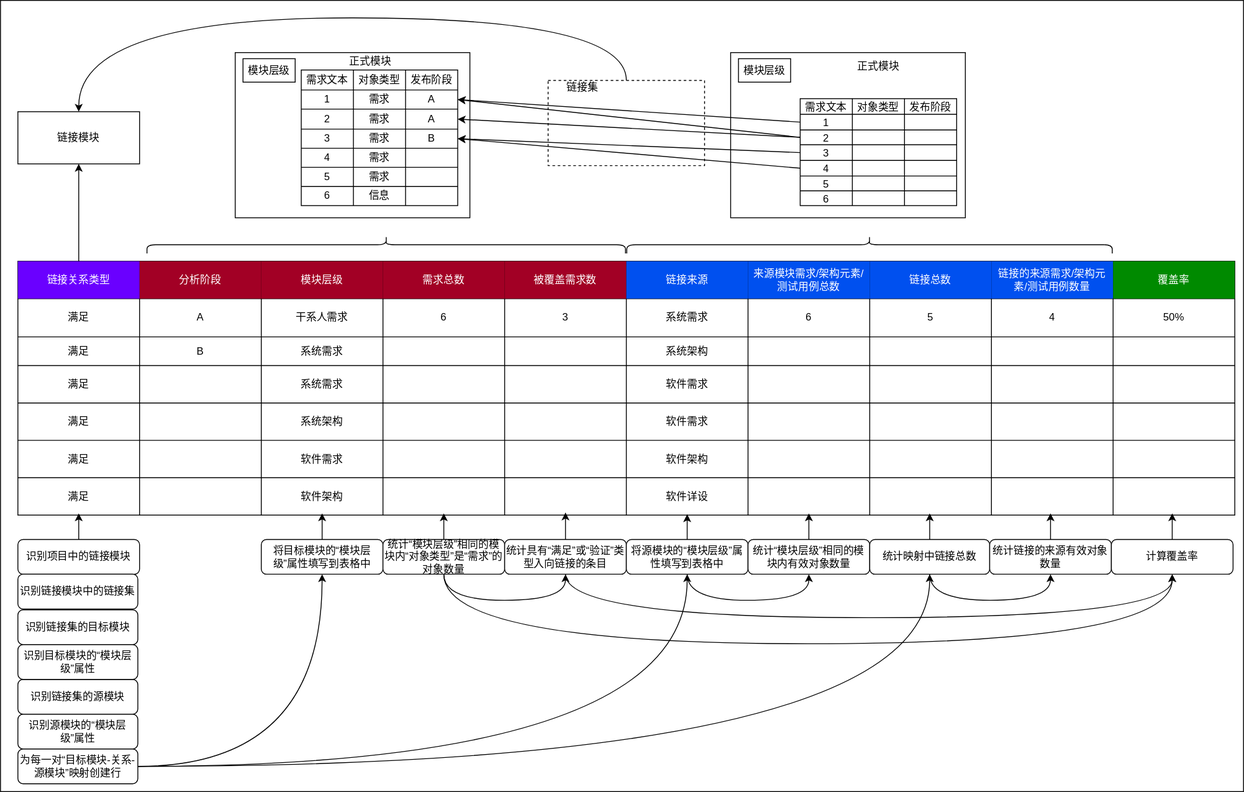
Above: 概念设计图.drawio.svg in Zeyue/DXL-Coverage (draw.io), before the change. Source tidied: cells renumbered, new cells last; positions are measured from the earlier drawing's top-left corner, leaving out a move shared by most shapes.
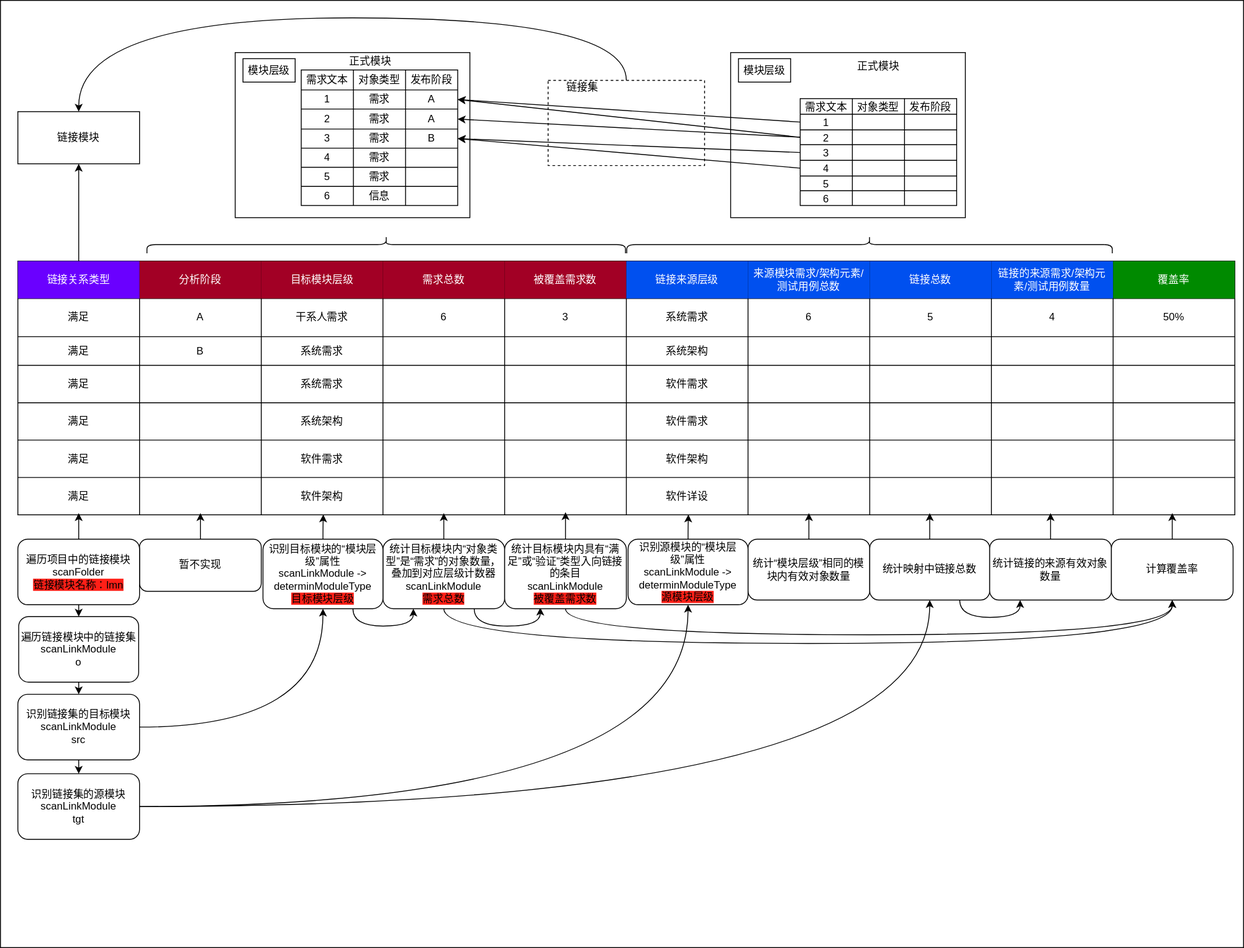
After the commit.

What changed in the source:
```diff
@@ -3,7 +3,7 @@
     <mxCell id="0" />
     <mxCell id="1" parent="0" />
     <mxCell id="2" style="rounded=0;whiteSpace=wrap;html=1;" parent="1" vertex="1">
-      <mxGeometry width="1430" height="910" as="geometry" />
+      <mxGeometry width="1430" height="1090" as="geometry" />
     </mxCell>
     <mxCell id="3" style="rounded=0;whiteSpace=wrap;html=1;fillColor=none;" parent="1" vertex="1">
       <mxGeometry x="840" y="60" width="270" height="190" as="geometry" />
@@ -20,7 +20,7 @@
     <mxCell id="7" value="分析阶段" style="shape=partialRectangle;html=1;whiteSpace=wrap;top=0;left=0;bottom=0;right=0;overflow=hidden;fillColor=#a20025;strokeColor=#6F0000;fontColor=#ffffff;" parent="5" vertex="1">
       <mxGeometry x="140" width="140" height="43" as="geometry" />
     </mxCell>
-    <mxCell id="8" value="模块层级" style="shape=partialRectangle;html=1;whiteSpace=wrap;fillColor=#a20025;top=0;left=0;bottom=0;right=0;overflow=hidden;strokeColor=#6F0000;fontColor=#ffffff;" parent="5" vertex="1">
+    <mxCell id="8" value="目标模块层级" style="shape=partialRectangle;html=1;whiteSpace=wrap;fillColor=#a20025;top=0;left=0;bottom=0;right=0;overflow=hidden;strokeColor=#6F0000;fontColor=#ffffff;" parent="5" vertex="1">
       <mxGeometry x="280" width="140" height="43" as="geometry" />
     </mxCell>
     <mxCell id="9" value="需求总数" style="shape=partialRectangle;html=1;whiteSpace=wrap;fillColor=#a20025;top=0;left=0;bottom=0;right=0;overflow=hidden;strokeColor=#6F0000;fontColor=#ffffff;" parent="5" vertex="1">
@@ -29,7 +29,7 @@
     <mxCell id="10" value="被覆盖需求数" style="shape=partialRectangle;html=1;whiteSpace=wrap;fillColor=#a20025;top=0;left=0;bottom=0;right=0;overflow=hidden;strokeColor=#6F0000;fontColor=#ffffff;" parent="5" vertex="1">
       <mxGeometry x="560" width="140" height="43" as="geometry" />
     </mxCell>
-    <mxCell id="11" value="&lt;span&gt;链接来源&lt;/span&gt;" style="shape=partialRectangle;html=1;whiteSpace=wrap;fillColor=#0050ef;top=0;left=0;bottom=0;right=0;overflow=hidden;strokeColor=#001DBC;fontColor=#ffffff;" parent="5" vertex="1">
+    <mxCell id="11" value="&lt;span&gt;链接来源层级&lt;/span&gt;" style="shape=partialRectangle;html=1;whiteSpace=wrap;fillColor=#0050ef;top=0;left=0;bottom=0;right=0;overflow=hidden;strokeColor=#001DBC;fontColor=#ffffff;" parent="5" vertex="1">
       <mxGeometry x="700" width="140" height="43" as="geometry" />
     </mxCell>
     <mxCell id="12" value="来源模块需求/架构元素/测试用例总数" style="shape=partialRectangle;html=1;whiteSpace=wrap;fillColor=#0050ef;top=0;left=0;bottom=0;right=0;overflow=hidden;strokeColor=#001DBC;fontColor=#ffffff;" parent="5" vertex="1">
@@ -433,26 +433,6 @@
         <mxPoint x="90" y="590" as="targetPoint" />
       </mxGeometry>
     </mxCell>
-    <mxCell id="145" value="识别项目中的链接模块" style="shape=rect;html=1;rounded=1;whiteSpace=wrap;align=center;" parent="1" vertex="1">
-      <mxGeometry x="20" y="620" width="140" height="40" as="geometry" />
-    </mxCell>
-    <mxCell id="146" value="识别链接模块中的链接集" style="shape=rect;html=1;rounded=1;whiteSpace=wrap;align=center;" parent="1" vertex="1">
-      <mxGeometry x="20" y="660" width="138" height="40" as="geometry" />
-    </mxCell>
-    <mxCell id="147" value="识别链接集的源模块" style="shape=rect;html=1;rounded=1;whiteSpace=wrap;align=center;" parent="1" vertex="1">
-      <mxGeometry x="20" y="781" width="138" height="40" as="geometry" />
-    </mxCell>
-    <mxCell id="148" style="edgeStyle=none;html=1;exitX=0.5;exitY=0;exitDx=0;exitDy=0;" parent="1" edge="1" source="149">
-      <mxGeometry relative="1" as="geometry">
-        <mxPoint x="370" y="590" as="targetPoint" />
-      </mxGeometry>
-    </mxCell>
-    <mxCell id="149" value="将目标模块的“模块层级”属性填写到表格中" style="shape=rect;html=1;rounded=1;whiteSpace=wrap;align=center;" parent="1" vertex="1">
-      <mxGeometry x="300" y="620" width="140" height="40" as="geometry" />
-    </mxCell>
-    <mxCell id="150" value="识别链接集的目标模块" style="shape=rect;html=1;rounded=1;whiteSpace=wrap;align=center;" parent="1" vertex="1">
-      <mxGeometry x="20" y="701" width="138" height="40" as="geometry" />
-    </mxCell>
     <mxCell id="151" style="shape=curlyBracket;whiteSpace=wrap;html=1;rounded=1;flipH=1;rotation=-90;size=0.5;" parent="1" vertex="1">
       <mxGeometry x="433.8" y="5.8" width="20" height="550.5" as="geometry" />
     </mxCell>
@@ -492,100 +472,71 @@
         <mxPoint x="510" y="590" as="targetPoint" />
       </mxGeometry>
     </mxCell>
+    <mxCell id="162" style="edgeStyle=orthogonalEdgeStyle;curved=1;html=1;exitX=0.5;exitY=1;exitDx=0;exitDy=0;entryX=0.5;entryY=1;entryDx=0;entryDy=0;" parent="1" edge="1" source="163" target="186">
+      <mxGeometry relative="1" as="geometry">
+        <Array as="points">
+          <mxPoint x="510" y="740" />
+          <mxPoint x="1348" y="740" />
+        </Array>
+      </mxGeometry>
+    </mxCell>
-    <mxCell id="161" style="edgeStyle=orthogonalEdgeStyle;curved=1;html=1;exitX=0.5;exitY=1;exitDx=0;exitDy=0;entryX=0.5;entryY=1;entryDx=0;entryDy=0;" parent="1" edge="1" source="163" target="167">
+    <mxCell id="161" style="edgeStyle=orthogonalEdgeStyle;curved=1;html=1;exitX=0.75;exitY=1;exitDx=0;exitDy=0;entryX=0.293;entryY=0.985;entryDx=0;entryDy=0;entryPerimeter=0;" parent="1" edge="1" source="163" target="167">
       <mxGeometry relative="1" as="geometry">
         <Array as="points">
-          <mxPoint x="510" y="690" />
-          <mxPoint x="650" y="690" />
+          <mxPoint x="545" y="720" />
+          <mxPoint x="621" y="720" />
         </Array>
       </mxGeometry>
     </mxCell>
-    <mxCell id="162" style="edgeStyle=orthogonalEdgeStyle;curved=1;html=1;exitX=0.5;exitY=1;exitDx=0;exitDy=0;entryX=0.5;entryY=1;entryDx=0;entryDy=0;" parent="1" edge="1" source="163" target="186">
-      <mxGeometry relative="1" as="geometry">
-        <Array as="points">
-          <mxPoint x="510" y="740" />
-          <mxPoint x="1348" y="740" />
-        </Array>
-      </mxGeometry>
-    </mxCell>
-    <mxCell id="163" value="统计“模块层级”相同的模块内“对象类型”是“需求”的对象数量" style="shape=rect;html=1;rounded=1;whiteSpace=wrap;align=center;" parent="1" vertex="1">
-      <mxGeometry x="440" y="620" width="140" height="40" as="geometry" />
+    <mxCell id="163" value="统计目标模块内“对象类型”是“需求”的对象数量，叠加到对应层级计数器&lt;br&gt;scanLinkModule&lt;br&gt;&lt;span style=&quot;background-color: rgb(255 , 31 , 23)&quot;&gt;需求总数&lt;/span&gt;" style="shape=rect;html=1;rounded=1;whiteSpace=wrap;align=center;" parent="1" vertex="1">
+      <mxGeometry x="440" y="620" width="140" height="80" as="geometry" />
     </mxCell>
-    <mxCell id="164" value="识别目标模块的“模块层级”属性" style="shape=rect;html=1;rounded=1;whiteSpace=wrap;align=center;" parent="1" vertex="1">
-      <mxGeometry x="20" y="741" width="138" height="40" as="geometry" />
-    </mxCell>
     <mxCell id="165" style="edgeStyle=none;html=1;exitX=0.5;exitY=0;exitDx=0;exitDy=0;entryX=0.45;entryY=0.93;entryDx=0;entryDy=0;entryPerimeter=0;" parent="1" edge="1" source="167" target="71">
       <mxGeometry relative="1" as="geometry" />
     </mxCell>
     <mxCell id="166" style="edgeStyle=orthogonalEdgeStyle;html=1;exitX=0.5;exitY=1;exitDx=0;exitDy=0;entryX=0.5;entryY=1;entryDx=0;entryDy=0;curved=1;" parent="1" edge="1" source="167" target="186">
       <mxGeometry relative="1" as="geometry">
         <Array as="points">
-          <mxPoint x="650" y="710" />
-          <mxPoint x="1348" y="710" />
+          <mxPoint x="650" y="730" />
+          <mxPoint x="1348" y="730" />
         </Array>
       </mxGeometry>
     </mxCell>
-    <mxCell id="167" value="统计具有“满足”或“验证”类型入向链接的条目" style="shape=rect;html=1;rounded=1;whiteSpace=wrap;align=center;" parent="1" vertex="1">
-      <mxGeometry x="580" y="620" width="140" height="40" as="geometry" />
+    <mxCell id="167" value="统计目标模块内具有“满足”或“验证”类型入向链接的条目&lt;br&gt;scanLinkModule&lt;br&gt;&lt;span style=&quot;background-color: rgb(255 , 31 , 23)&quot;&gt;被覆盖需求数&lt;/span&gt;" style="shape=rect;html=1;rounded=1;whiteSpace=wrap;align=center;" parent="1" vertex="1">
+      <mxGeometry x="580" y="620" width="140" height="80" as="geometry" />
     </mxCell>
-    <mxCell id="168" value="识别源模块的“模块层级”属性" style="shape=rect;html=1;rounded=1;whiteSpace=wrap;align=center;" parent="1" vertex="1">
-      <mxGeometry x="20" y="821" width="138" height="40" as="geometry" />
-    </mxCell>
     <mxCell id="169" value="模块层级" style="rounded=0;whiteSpace=wrap;html=1;fillColor=none;" parent="1" vertex="1">
       <mxGeometry x="279" y="67" width="60" height="27" as="geometry" />
     </mxCell>
     <mxCell id="170" value="模块层级" style="rounded=0;whiteSpace=wrap;html=1;fillColor=none;" parent="1" vertex="1">
       <mxGeometry x="849" y="67" width="60" height="27" as="geometry" />
     </mxCell>
-    <mxCell id="171" style="edgeStyle=orthogonalEdgeStyle;curved=1;html=1;exitX=1;exitY=0.5;exitDx=0;exitDy=0;" parent="1" edge="1" source="174" target="149">
-      <mxGeometry relative="1" as="geometry" />
-    </mxCell>
-    <mxCell id="172" style="edgeStyle=orthogonalEdgeStyle;curved=1;html=1;exitX=1;exitY=0.5;exitDx=0;exitDy=0;entryX=0.5;entryY=1;entryDx=0;entryDy=0;" parent="1" edge="1" source="174" target="177">
-      <mxGeometry relative="1" as="geometry" />
-    </mxCell>
-    <mxCell id="173" style="edgeStyle=orthogonalEdgeStyle;curved=1;html=1;exitX=1;exitY=0.5;exitDx=0;exitDy=0;entryX=0.5;entryY=1;entryDx=0;entryDy=0;" parent="1" edge="1" source="174" target="182">
+    <mxCell id="173" style="edgeStyle=orthogonalEdgeStyle;curved=1;html=1;exitX=1;exitY=0.5;exitDx=0;exitDy=0;entryX=0.5;entryY=1;entryDx=0;entryDy=0;" parent="1" edge="1" source="147" target="182">
       <mxGeometry relative="1" as="geometry" />
     </mxCell>
-    <mxCell id="174" value="为每一对“目标模块-关系-源模块”映射创建行" style="shape=rect;html=1;rounded=1;whiteSpace=wrap;align=center;" parent="1" vertex="1">
-      <mxGeometry x="20" y="861" width="138" height="40" as="geometry" />
-    </mxCell>
-    <mxCell id="175" style="edgeStyle=orthogonalEdgeStyle;curved=1;html=1;exitX=0.5;exitY=0;exitDx=0;exitDy=0;entryX=0.55;entryY=0.977;entryDx=0;entryDy=0;entryPerimeter=0;" parent="1" edge="1" source="177" target="71">
-      <mxGeometry relative="1" as="geometry" />
-    </mxCell>
-    <mxCell id="176" style="edgeStyle=orthogonalEdgeStyle;curved=1;html=1;exitX=0.5;exitY=1;exitDx=0;exitDy=0;entryX=0.5;entryY=1;entryDx=0;entryDy=0;" parent="1" edge="1" source="177" target="179">
-      <mxGeometry relative="1" as="geometry">
-        <Array as="points">
-          <mxPoint x="790" y="690" />
-          <mxPoint x="930" y="690" />
-        </Array>
-      </mxGeometry>
-    </mxCell>
-    <mxCell id="177" value="将源模块的“模块层级”属性填写到表格中" style="shape=rect;html=1;rounded=1;whiteSpace=wrap;align=center;" parent="1" vertex="1">
-      <mxGeometry x="720" y="620" width="140" height="40" as="geometry" />
-    </mxCell>
     <mxCell id="178" style="html=1;exitX=0.5;exitY=0;exitDx=0;exitDy=0;" parent="1" edge="1" source="179">
       <mxGeometry relative="1" as="geometry">
         <mxPoint x="930" y="590" as="targetPoint" />
       </mxGeometry>
     </mxCell>
     <mxCell id="179" value="统计“模块层级”相同的模块内有效对象数量" style="shape=rect;html=1;rounded=1;whiteSpace=wrap;align=center;" parent="1" vertex="1">
-      <mxGeometry x="860" y="620" width="140" height="40" as="geometry" />
+      <mxGeometry x="860" y="620" width="140" height="70" as="geometry" />
     </mxCell>
     <mxCell id="180" style="html=1;exitX=0.5;exitY=0;exitDx=0;exitDy=0;" parent="1" edge="1" source="182">
       <mxGeometry relative="1" as="geometry">
         <mxPoint x="1069" y="590" as="targetPoint" />
       </mxGeometry>
     </mxCell>
-    <mxCell id="181" style="edgeStyle=orthogonalEdgeStyle;curved=1;html=1;exitX=0.5;exitY=1;exitDx=0;exitDy=0;entryX=0.5;entryY=1;entryDx=0;entryDy=0;" parent="1" edge="1" source="182" target="184">
+    <mxCell id="181" style="edgeStyle=orthogonalEdgeStyle;curved=1;html=1;exitX=0.75;exitY=1;exitDx=0;exitDy=0;entryX=0.25;entryY=1;entryDx=0;entryDy=0;" parent="1" edge="1" source="182" target="184">
       <mxGeometry relative="1" as="geometry">
         <Array as="points">
-          <mxPoint x="1069" y="690" />
-          <mxPoint x="1208" y="690" />
+          <mxPoint x="1104" y="710" />
+          <mxPoint x="1173" y="710" />
         </Array>
       </mxGeometry>
     </mxCell>
     <mxCell id="182" value="统计映射中链接总数" style="shape=rect;html=1;rounded=1;whiteSpace=wrap;align=center;" parent="1" vertex="1">
-      <mxGeometry x="1000" y="620" width="138" height="40" as="geometry" />
+      <mxGeometry x="1000" y="620" width="138" height="70" as="geometry" />
     </mxCell>
     <mxCell id="183" style="html=1;exitX=0.5;exitY=0;exitDx=0;exitDy=0;" parent="1" edge="1" source="184">
       <mxGeometry relative="1" as="geometry">
@@ -593,7 +544,7 @@
       </mxGeometry>
     </mxCell>
     <mxCell id="184" value="统计链接的来源有效对象数量" style="shape=rect;html=1;rounded=1;whiteSpace=wrap;align=center;" parent="1" vertex="1">
-      <mxGeometry x="1138" y="620" width="140" height="40" as="geometry" />
+      <mxGeometry x="1138" y="620" width="140" height="70" as="geometry" />
     </mxCell>
     <mxCell id="185" style="edgeStyle=none;html=1;exitX=0.5;exitY=0;exitDx=0;exitDy=0;" parent="1" edge="1" source="186">
       <mxGeometry relative="1" as="geometry">
@@ -601,7 +552,7 @@
       </mxGeometry>
     </mxCell>
     <mxCell id="186" value="计算覆盖率" style="shape=rect;html=1;rounded=1;whiteSpace=wrap;align=center;" parent="1" vertex="1">
-      <mxGeometry x="1278" y="620" width="140" height="40" as="geometry" />
+      <mxGeometry x="1278" y="620" width="140" height="70" as="geometry" />
     </mxCell>
     <mxCell id="187" style="edgeStyle=none;html=1;exitX=0;exitY=0.5;exitDx=0;exitDy=0;entryX=1;entryY=0.5;entryDx=0;entryDy=0;" parent="1" edge="1" source="128" target="95">
       <mxGeometry relative="1" as="geometry" />
@@ -609,5 +560,58 @@
     <mxCell id="188" style="rounded=0;whiteSpace=wrap;html=1;fillColor=none;" parent="1" vertex="1">
       <mxGeometry x="270" y="60" width="270" height="190" as="geometry" />
     </mxCell>
+    <mxCell id="189" style="edgeStyle=none;html=1;exitX=0.5;exitY=0;exitDx=0;exitDy=0;entryX=0.15;entryY=0.953;entryDx=0;entryDy=0;entryPerimeter=0;" parent="1" edge="1" source="190" target="71">
+      <mxGeometry relative="1" as="geometry" />
+    </mxCell>
+    <mxCell id="190" value="暂不实现" style="shape=rect;html=1;rounded=1;whiteSpace=wrap;align=center;" parent="1" vertex="1">
+      <mxGeometry x="160" y="620" width="140" height="60" as="geometry" />
+    </mxCell>
+    <mxCell id="191" style="edgeStyle=orthogonalEdgeStyle;curved=1;html=1;exitX=0.5;exitY=1;exitDx=0;exitDy=0;entryX=0.5;entryY=0;entryDx=0;entryDy=0;" parent="1" edge="1" source="145" target="146">
+      <mxGeometry relative="1" as="geometry" />
+    </mxCell>
+    <mxCell id="145" value="遍历项目中的链接模块&lt;br&gt;scanFolder&lt;br&gt;&lt;span style=&quot;background-color: rgb(255 , 31 , 23)&quot;&gt;链接模块名称：lmn&lt;/span&gt;" style="shape=rect;html=1;rounded=1;whiteSpace=wrap;align=center;" parent="1" vertex="1">
+      <mxGeometry x="20" y="620" width="140" height="75.4" as="geometry" />
+    </mxCell>
+    <mxCell id="192" style="edgeStyle=orthogonalEdgeStyle;curved=1;html=1;exitX=0.5;exitY=1;exitDx=0;exitDy=0;entryX=0.5;entryY=0;entryDx=0;entryDy=0;" parent="1" edge="1" source="146" target="150">
+      <mxGeometry relative="1" as="geometry" />
+    </mxCell>
+    <mxCell id="146" value="遍历链接模块中的链接集&lt;br&gt;scanLinkModule&lt;br&gt;o" style="shape=rect;html=1;rounded=1;whiteSpace=wrap;align=center;" parent="1" vertex="1">
+      <mxGeometry x="21" y="709.1" width="138" height="75.4" as="geometry" />
+    </mxCell>
+    <mxCell id="193" style="edgeStyle=orthogonalEdgeStyle;curved=1;html=1;exitX=1;exitY=0.5;exitDx=0;exitDy=0;entryX=0.5;entryY=1;entryDx=0;entryDy=0;" parent="1" edge="1" source="147" target="168">
+      <mxGeometry relative="1" as="geometry" />
+    </mxCell>
+    <mxCell id="147" value="识别链接集的源模块&lt;br&gt;scanLinkModule&lt;br&gt;tgt" style="shape=rect;html=1;rounded=1;whiteSpace=wrap;align=center;" parent="1" vertex="1">
+      <mxGeometry x="20" y="890" width="140" height="75.4" as="geometry" />
+    </mxCell>
+    <mxCell id="194" style="edgeStyle=orthogonalEdgeStyle;curved=1;html=1;exitX=0.5;exitY=1;exitDx=0;exitDy=0;entryX=0.5;entryY=0;entryDx=0;entryDy=0;" parent="1" edge="1" source="150" target="147">
+      <mxGeometry relative="1" as="geometry" />
+    </mxCell>
+    <mxCell id="195" style="edgeStyle=orthogonalEdgeStyle;curved=1;html=1;exitX=1;exitY=0.5;exitDx=0;exitDy=0;" parent="1" edge="1" source="150" target="164">
+      <mxGeometry relative="1" as="geometry" />
+    </mxCell>
+    <mxCell id="150" value="识别链接集的目标模块&lt;br&gt;scanLinkModule&lt;br&gt;src" style="shape=rect;html=1;rounded=1;whiteSpace=wrap;align=center;" parent="1" vertex="1">
+      <mxGeometry x="20" y="798.5" width="140" height="75.4" as="geometry" />
+    </mxCell>
+    <mxCell id="196" style="edgeStyle=orthogonalEdgeStyle;curved=1;html=1;exitX=0.5;exitY=0;exitDx=0;exitDy=0;entryX=0.251;entryY=0.991;entryDx=0;entryDy=0;entryPerimeter=0;" parent="1" edge="1" source="164" target="71">
+      <mxGeometry relative="1" as="geometry" />
+    </mxCell>
+    <mxCell id="197" style="edgeStyle=orthogonalEdgeStyle;curved=1;html=1;exitX=0.75;exitY=1;exitDx=0;exitDy=0;entryX=0.25;entryY=1;entryDx=0;entryDy=0;" parent="1" edge="1" source="164" target="163">
+      <mxGeometry relative="1" as="geometry">
+        <Array as="points">
+          <mxPoint x="406" y="720" />
+          <mxPoint x="475" y="720" />
+        </Array>
+      </mxGeometry>
+    </mxCell>
+    <mxCell id="164" value="识别目标模块的“模块层级”属性&lt;br&gt;scanLinkModule -&amp;gt; determinModuleType&lt;br&gt;&lt;span style=&quot;background-color: rgb(255 , 31 , 23)&quot;&gt;目标模块层级&lt;/span&gt;" style="shape=rect;html=1;rounded=1;whiteSpace=wrap;align=center;" parent="1" vertex="1">
+      <mxGeometry x="302" y="620" width="138" height="80" as="geometry" />
+    </mxCell>
+    <mxCell id="198" style="edgeStyle=orthogonalEdgeStyle;curved=1;html=1;exitX=0.5;exitY=0;exitDx=0;exitDy=0;entryX=0.551;entryY=0.991;entryDx=0;entryDy=0;entryPerimeter=0;" parent="1" edge="1" source="168" target="71">
+      <mxGeometry relative="1" as="geometry" />
+    </mxCell>
+    <mxCell id="168" value="识别源模块的“模块层级”属性&lt;br&gt;scanLinkModule -&amp;gt; determinModuleType&lt;br&gt;&lt;span style=&quot;background-color: rgb(255 , 31 , 23)&quot;&gt;源模块层级&lt;/span&gt;" style="shape=rect;html=1;rounded=1;whiteSpace=wrap;align=center;" parent="1" vertex="1">
+      <mxGeometry x="722" y="620" width="138" height="75.4" as="geometry" />
+    </mxCell>
   </root>
 </mxGraphModel>
```
